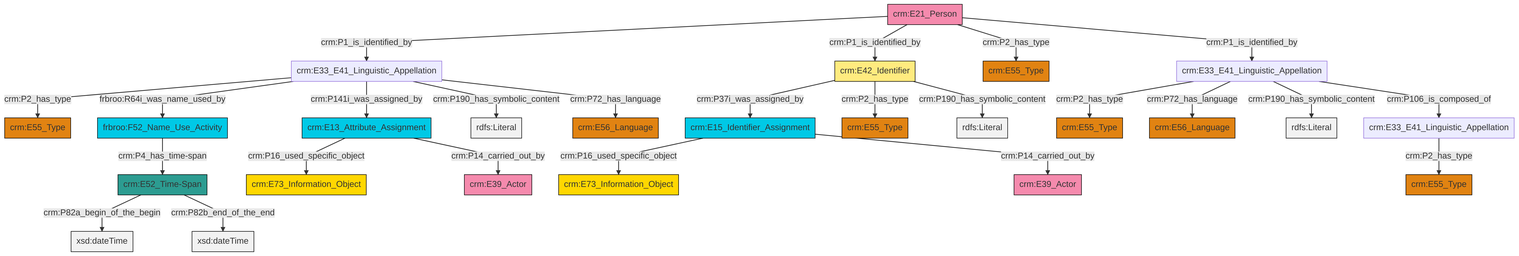
The Mermaid diagram et/personCSV/ttl/mmd/png/Person_Names_and_Classification.png in swiss-art-research-net/docs.swissartresearch, before a commit. Its source is kept beside it as et/personCSV/ttl/mmd/Person_Names_and_Classification.ttl.mmd.
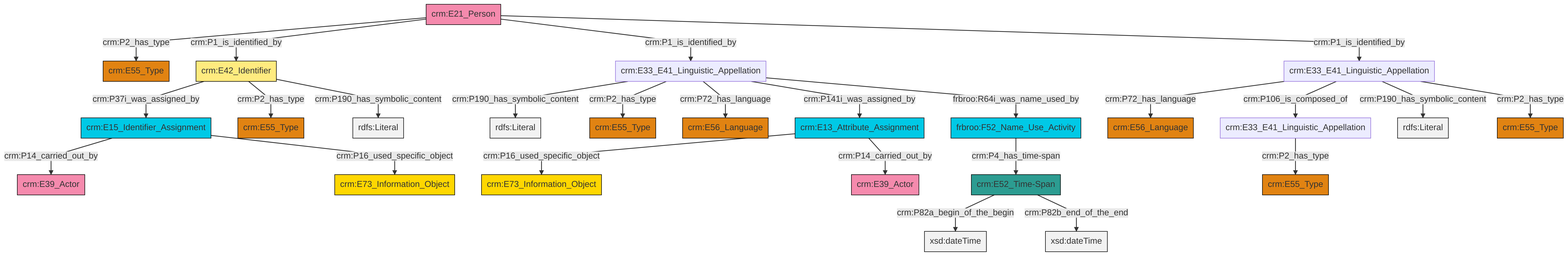
The same diagram one commit later.

Change to the diagram source:
```diff
@@ -13,27 +13,27 @@
 classDef PC_Classes fill:#4ce600, stroke:#000000;
 classDef Multi fill:#cccccc,stroke:#000000;
 
-4["crm:E33_E41_Linguistic_Appellation"]:::Default -->|crm:P2_has_type| 5["crm:E55_Type"]:::Type
-6["crm:E42_Identifier"]:::Appellation -->|crm:P37i_was_assigned_by| 7["crm:E15_Identifier_Assignment"]:::Temporal_Entity
-11["crm:E13_Attribute_Assignment"]:::Temporal_Entity -->|crm:P16_used_specific_object| 2["crm:E73_Information_Object"]:::Conceptual_Object
-18["crm:E33_E41_Linguistic_Appellation"]:::Default -->|crm:P2_has_type| 19["crm:E55_Type"]:::Type
-4["crm:E33_E41_Linguistic_Appellation"]:::Default -->|frbroo:R64i_was_name_used_by| 0["frbroo:F52_Name_Use_Activity"]:::Temporal_Entity
-11["crm:E13_Attribute_Assignment"]:::Temporal_Entity -->|crm:P14_carried_out_by| 16["crm:E39_Actor"]:::Actor
-6["crm:E42_Identifier"]:::Appellation -->|crm:P2_has_type| 22["crm:E55_Type"]:::Type
-4["crm:E33_E41_Linguistic_Appellation"]:::Default -->|crm:P141i_was_assigned_by| 11["crm:E13_Attribute_Assignment"]:::Temporal_Entity
-18["crm:E33_E41_Linguistic_Appellation"]:::Default -->|crm:P72_has_language| 24["crm:E56_Language"]:::Type
-0["frbroo:F52_Name_Use_Activity"]:::Temporal_Entity -->|crm:P4_has_time-span| 25["crm:E52_Time-Span"]:::Time-Span
-6["crm:E42_Identifier"]:::Appellation -->|crm:P190_has_symbolic_content| 26[rdfs:Literal]:::Literal
-25["crm:E52_Time-Span"]:::Time-Span -->|crm:P82a_begin_of_the_begin| 27[xsd:dateTime]:::Literal
-7["crm:E15_Identifier_Assignment"]:::Temporal_Entity -->|crm:P16_used_specific_object| 28["crm:E73_Information_Object"]:::Conceptual_Object
-4["crm:E33_E41_Linguistic_Appellation"]:::Default -->|crm:P190_has_symbolic_content| 29[rdfs:Literal]:::Literal
-25["crm:E52_Time-Span"]:::Time-Span -->|crm:P82b_end_of_the_end| 30[xsd:dateTime]:::Literal
-33["crm:E21_Person"]:::Actor -->|crm:P1_is_identified_by| 4["crm:E33_E41_Linguistic_Appellation"]:::Default
-4["crm:E33_E41_Linguistic_Appellation"]:::Default -->|crm:P72_has_language| 34["crm:E56_Language"]:::Type
-18["crm:E33_E41_Linguistic_Appellation"]:::Default -->|crm:P190_has_symbolic_content| 37[rdfs:Literal]:::Literal
-12["crm:E33_E41_Linguistic_Appellation"]:::Default -->|crm:P2_has_type| 31["crm:E55_Type"]:::Type
-18["crm:E33_E41_Linguistic_Appellation"]:::Default -->|crm:P106_is_composed_of| 12["crm:E33_E41_Linguistic_Appellation"]:::Default
-33["crm:E21_Person"]:::Actor -->|crm:P1_is_identified_by| 6["crm:E42_Identifier"]:::Appellation
-7["crm:E15_Identifier_Assignment"]:::Temporal_Entity -->|crm:P14_carried_out_by| 43["crm:E39_Actor"]:::Actor
-33["crm:E21_Person"]:::Actor -->|crm:P2_has_type| 14["crm:E55_Type"]:::Type
-33["crm:E21_Person"]:::Actor -->|crm:P1_is_identified_by| 18["crm:E33_E41_Linguistic_Appellation"]:::Default
+0["crm:E33_E41_Linguistic_Appellation"]:::Default -->|crm:P72_has_language| 1["crm:E56_Language"]:::Type
+2["crm:E21_Person"]:::Actor -->|crm:P2_has_type| 3["crm:E55_Type"]:::Type
+4["crm:E15_Identifier_Assignment"]:::Temporal_Entity -->|crm:P14_carried_out_by| 5["crm:E39_Actor"]:::Actor
+0["crm:E33_E41_Linguistic_Appellation"]:::Default -->|crm:P106_is_composed_of| 10["crm:E33_E41_Linguistic_Appellation"]:::Default
+12["crm:E13_Attribute_Assignment"]:::Temporal_Entity -->|crm:P16_used_specific_object| 13["crm:E73_Information_Object"]:::Conceptual_Object
+2["crm:E21_Person"]:::Actor -->|crm:P1_is_identified_by| 15["crm:E42_Identifier"]:::Appellation
+4["crm:E15_Identifier_Assignment"]:::Temporal_Entity -->|crm:P16_used_specific_object| 22["crm:E73_Information_Object"]:::Conceptual_Object
+24["crm:E33_E41_Linguistic_Appellation"]:::Default -->|crm:P190_has_symbolic_content| 25[rdfs:Literal]:::Literal
+24["crm:E33_E41_Linguistic_Appellation"]:::Default -->|crm:P2_has_type| 16["crm:E55_Type"]:::Type
+2["crm:E21_Person"]:::Actor -->|crm:P1_is_identified_by| 24["crm:E33_E41_Linguistic_Appellation"]:::Default
+2["crm:E21_Person"]:::Actor -->|crm:P1_is_identified_by| 0["crm:E33_E41_Linguistic_Appellation"]:::Default
+0["crm:E33_E41_Linguistic_Appellation"]:::Default -->|crm:P190_has_symbolic_content| 29[rdfs:Literal]:::Literal
+15["crm:E42_Identifier"]:::Appellation -->|crm:P37i_was_assigned_by| 4["crm:E15_Identifier_Assignment"]:::Temporal_Entity
+0["crm:E33_E41_Linguistic_Appellation"]:::Default -->|crm:P2_has_type| 6["crm:E55_Type"]:::Type
+12["crm:E13_Attribute_Assignment"]:::Temporal_Entity -->|crm:P14_carried_out_by| 20["crm:E39_Actor"]:::Actor
+24["crm:E33_E41_Linguistic_Appellation"]:::Default -->|crm:P72_has_language| 36["crm:E56_Language"]:::Type
+15["crm:E42_Identifier"]:::Appellation -->|crm:P2_has_type| 8["crm:E55_Type"]:::Type
+15["crm:E42_Identifier"]:::Appellation -->|crm:P190_has_symbolic_content| 40[rdfs:Literal]:::Literal
+26["frbroo:F52_Name_Use_Activity"]:::Temporal_Entity -->|crm:P4_has_time-span| 41["crm:E52_Time-Span"]:::Time-Span
+10["crm:E33_E41_Linguistic_Appellation"]:::Default -->|crm:P2_has_type| 18["crm:E55_Type"]:::Type
+24["crm:E33_E41_Linguistic_Appellation"]:::Default -->|crm:P141i_was_assigned_by| 12["crm:E13_Attribute_Assignment"]:::Temporal_Entity
+41["crm:E52_Time-Span"]:::Time-Span -->|crm:P82a_begin_of_the_begin| 43[xsd:dateTime]:::Literal
+41["crm:E52_Time-Span"]:::Time-Span -->|crm:P82b_end_of_the_end| 45[xsd:dateTime]:::Literal
+24["crm:E33_E41_Linguistic_Appellation"]:::Default -->|frbroo:R64i_was_name_used_by| 26["frbroo:F52_Name_Use_Activity"]:::Temporal_Entity
```
